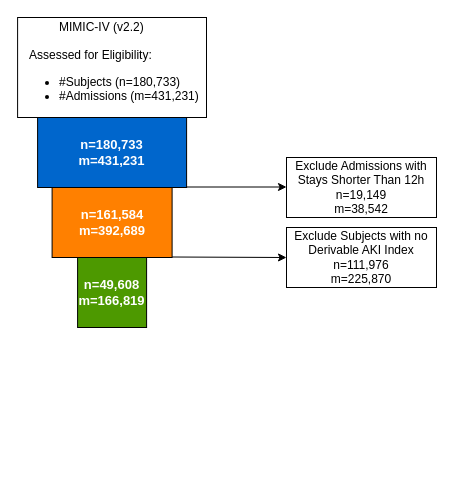
Above: page "consort_diagram" (9 of 10) of figures/inpatient/data_pipeline.drawio in barahona-research-group/ICE-NODE (draw.io), before the change. Source tidied: cells renumbered, new cells numbered last; positions are measured from the earlier drawing's top-left corner, leaving out a move shared by most shapes. Both pictures are drawn from the tidied source at 100%, with x=0, y=0 at pixel (17, 17).
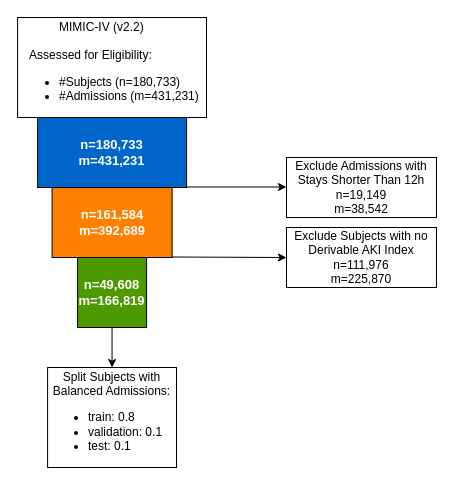
After the change.

Change to the diagram source:
```diff
@@
 <mxGraphModel>
   <root>
     <mxCell id="0" />
     <mxCell id="1" parent="0" />
     <mxCell id="2" value="&lt;blockquote style=&quot;margin: 0 0 0 40px; border: none; padding: 0px;&quot;&gt;&lt;span style=&quot;background-color: initial; text-align: center;&quot;&gt;MIMIC-IV (v2.2)&lt;/span&gt;&lt;br&gt;&lt;blockquote style=&quot;margin: 0 0 0 40px; border: none; padding: 0px;&quot;&gt;&lt;div style=&quot;text-align: center;&quot;&gt;&lt;span style=&quot;background-color: initial;&quot;&gt;&lt;br&gt;&lt;/span&gt;&lt;/div&gt;&lt;/blockquote&gt;&lt;/blockquote&gt;&lt;span style=&quot;background-color: initial;&quot;&gt;&amp;nbsp; &amp;nbsp;Assessed for Eligibility:&lt;/span&gt;&lt;br&gt;&lt;div style=&quot;&quot;&gt;&lt;ul&gt;&lt;li&gt;&lt;span style=&quot;background-color: initial;&quot;&gt;#Subjects (n=180,733)&lt;/span&gt;&lt;/li&gt;&lt;li&gt;&lt;span style=&quot;background-color: initial;&quot;&gt;#Admissions (m=431,231)&lt;/span&gt;&lt;/li&gt;&lt;/ul&gt;&lt;/div&gt;" style="rounded=0;whiteSpace=wrap;html=1;align=left;" parent="1" vertex="1">
       <mxGeometry x="0.1" width="188.9" height="100" as="geometry" />
     </mxCell>
     <mxCell id="3" style="endArrow=classic;html=1;rounded=0;" parent="1" edge="1">
       <mxGeometry relative="1" as="geometry">
         <mxPoint x="169.1" y="169.5" as="sourcePoint" />
         <mxPoint x="269" y="169.5" as="targetPoint" />
       </mxGeometry>
     </mxCell>
     <mxCell id="4" style="endArrow=classic;html=1;rounded=0;" parent="1" edge="1">
       <mxGeometry relative="1" as="geometry">
         <mxPoint x="154.6" y="239.5" as="sourcePoint" />
         <mxPoint x="269" y="240" as="targetPoint" />
       </mxGeometry>
     </mxCell>
     <mxCell id="5" value="&lt;font style=&quot;font-size: 13px;&quot; color=&quot;#ffffff&quot;&gt;&lt;b&gt;n=180,733&lt;br&gt;m=431,231&lt;/b&gt;&lt;/font&gt;" style="rounded=0;whiteSpace=wrap;html=1;fontSize=11;fillColor=#0066CC;labelBackgroundColor=none;endArrow=classic;endSize=7.395238095238095;" parent="1" vertex="1">
       <mxGeometry x="20.1" y="100" width="149" height="70" as="geometry" />
     </mxCell>
     <mxCell id="6" value="&lt;b style=&quot;border-color: var(--border-color); color: rgb(255, 255, 255); font-family: Helvetica; font-size: 13px; font-style: normal; font-variant-ligatures: normal; font-variant-caps: normal; letter-spacing: normal; orphans: 2; text-align: center; text-indent: 0px; text-transform: none; widows: 2; word-spacing: 0px; -webkit-text-stroke-width: 0px; text-decoration-thickness: initial; text-decoration-style: initial; text-decoration-color: initial;&quot;&gt;n=161,584&lt;br style=&quot;border-color: var(--border-color);&quot;&gt;m=392,689&lt;/b&gt;" style="rounded=0;whiteSpace=wrap;html=1;fontSize=11;fillColor=#FF8000;labelBackgroundColor=none;endArrow=classic;endSize=8.033333333333333;" parent="1" vertex="1">
       <mxGeometry x="34.6" y="170" width="120" height="70" as="geometry" />
     </mxCell>
+    <mxCell id="10" style="edgeStyle=orthogonalEdgeStyle;rounded=0;jettySize=auto;html=1;entryX=0.5;entryY=0;entryDx=0;entryDy=0;" parent="1" edge="1" source="7" target="11">
+      <mxGeometry relative="1" as="geometry" />
+    </mxCell>
     <mxCell id="7" value="&lt;b style=&quot;border-color: var(--border-color); color: rgb(255, 255, 255); font-family: Helvetica; font-size: 13px; font-style: normal; font-variant-ligatures: normal; font-variant-caps: normal; letter-spacing: normal; orphans: 2; text-align: center; text-indent: 0px; text-transform: none; widows: 2; word-spacing: 0px; -webkit-text-stroke-width: 0px; text-decoration-thickness: initial; text-decoration-style: initial; text-decoration-color: initial;&quot;&gt;n=49,608&lt;br style=&quot;border-color: var(--border-color);&quot;&gt;m=&lt;/b&gt;&lt;b style=&quot;border-color: var(--border-color); color: rgb(255, 255, 255); font-size: 13px;&quot;&gt;166,819&lt;/b&gt;" style="rounded=0;whiteSpace=wrap;html=1;fontSize=11;fillColor=#4D9900;labelBackgroundColor=none;endArrow=classic;endSize=9.776190476190477;" parent="1" vertex="1">
       <mxGeometry x="60.1" y="240" width="69" height="70" as="geometry" />
     </mxCell>
     <mxCell id="8" value="Exclude Admissions with Stays Shorter Than 12h&lt;br&gt;n=19,149&lt;br&gt;m=38,542" style="rounded=0;whiteSpace=wrap;html=1;align=center;" parent="1" vertex="1">
       <mxGeometry x="269" y="140" width="150" height="60" as="geometry" />
     </mxCell>
     <mxCell id="9" value="Exclude Subjects with no Derivable AKI Index&lt;br&gt;n=111,976&lt;br&gt;m=225,870" style="rounded=0;whiteSpace=wrap;html=1;align=center;" parent="1" vertex="1">
       <mxGeometry x="269" y="210" width="150" height="60" as="geometry" />
     </mxCell>
+    <mxCell id="11" value="Split Subjects with Balanced Admissions:&lt;br&gt;&lt;div style=&quot;&quot;&gt;&lt;ul&gt;&lt;li style=&quot;text-align: left;&quot;&gt;&lt;span style=&quot;background-color: initial;&quot;&gt;train: 0.8&lt;/span&gt;&lt;/li&gt;&lt;li style=&quot;text-align: left;&quot;&gt;&lt;span style=&quot;background-color: initial;&quot;&gt;validation: 0.1&lt;/span&gt;&lt;/li&gt;&lt;li style=&quot;text-align: left;&quot;&gt;&lt;span style=&quot;background-color: initial;&quot;&gt;test: 0.1&lt;/span&gt;&lt;/li&gt;&lt;/ul&gt;&lt;/div&gt;" style="rounded=0;whiteSpace=wrap;html=1;align=center;" parent="1" vertex="1">
+      <mxGeometry x="30.1" y="350" width="128.9" height="100" as="geometry" />
+    </mxCell>
   </root>
 </mxGraphModel>
```
